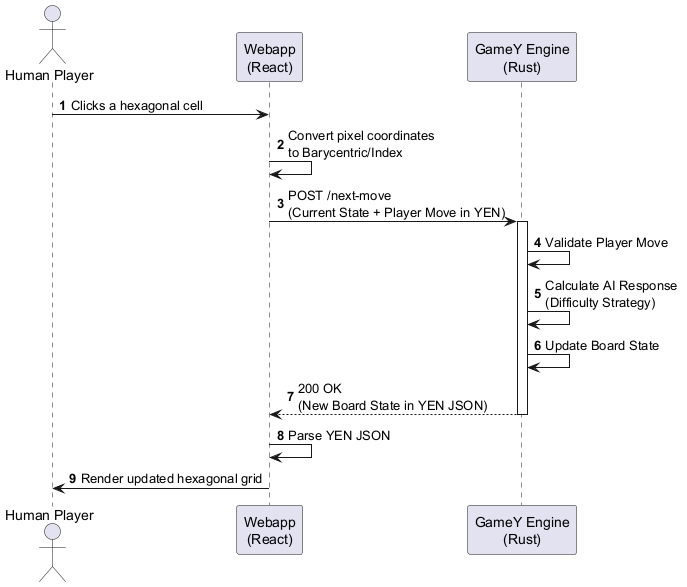
Above: images/human-vs-ai-move.png in Arquisoft/yovi_en1a (PlantUML), before the change. The source it was exported from:
```plantuml
@startuml
autonumber
actor "Human Player" as User
participant "Webapp\n(React)" as UI
participant "GameY Engine\n(Rust)" as Rust

User -> UI : Clicks a hexagonal cell
UI -> UI : Convert pixel coordinates\nto Barycentric/Index
UI -> Rust : POST /next-move \n(Current State + Player Move in YEN)
activate Rust

Rust -> Rust : Validate Player Move
Rust -> Rust : Calculate AI Response \n(Difficulty Strategy)
Rust -> Rust : Update Board State

Rust --> UI : 200 OK \n(New Board State in YEN JSON)
deactivate Rust

UI -> UI : Parse YEN JSON
UI -> User : Render updated hexagonal grid
@enduml
```
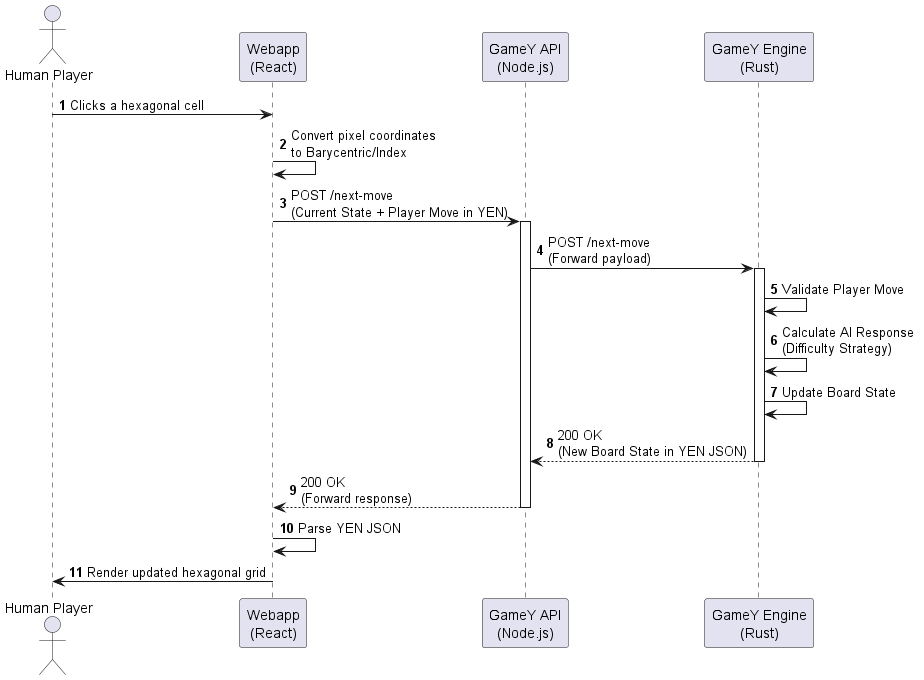
Later version of the same file.

The edit, as a diff of the source:
```diff
@@ -2,19 +2,24 @@
 autonumber
 actor "Human Player" as User
 participant "Webapp\n(React)" as UI
+participant "GameY API\n(Node.js)" as API
 participant "GameY Engine\n(Rust)" as Rust
 
 User -> UI : Clicks a hexagonal cell
 UI -> UI : Convert pixel coordinates\nto Barycentric/Index
-UI -> Rust : POST /next-move \n(Current State + Player Move in YEN)
+UI -> API : POST /next-move \n(Current State + Player Move in YEN)
+activate API
+API -> Rust : POST /next-move \n(Forward payload)
 activate Rust
 
 Rust -> Rust : Validate Player Move
 Rust -> Rust : Calculate AI Response \n(Difficulty Strategy)
 Rust -> Rust : Update Board State
 
-Rust --> UI : 200 OK \n(New Board State in YEN JSON)
+Rust --> API : 200 OK \n(New Board State in YEN JSON)
 deactivate Rust
+API --> UI : 200 OK \n(Forward response)
+deactivate API
 
 UI -> UI : Parse YEN JSON
 UI -> User : Render updated hexagonal grid
```
